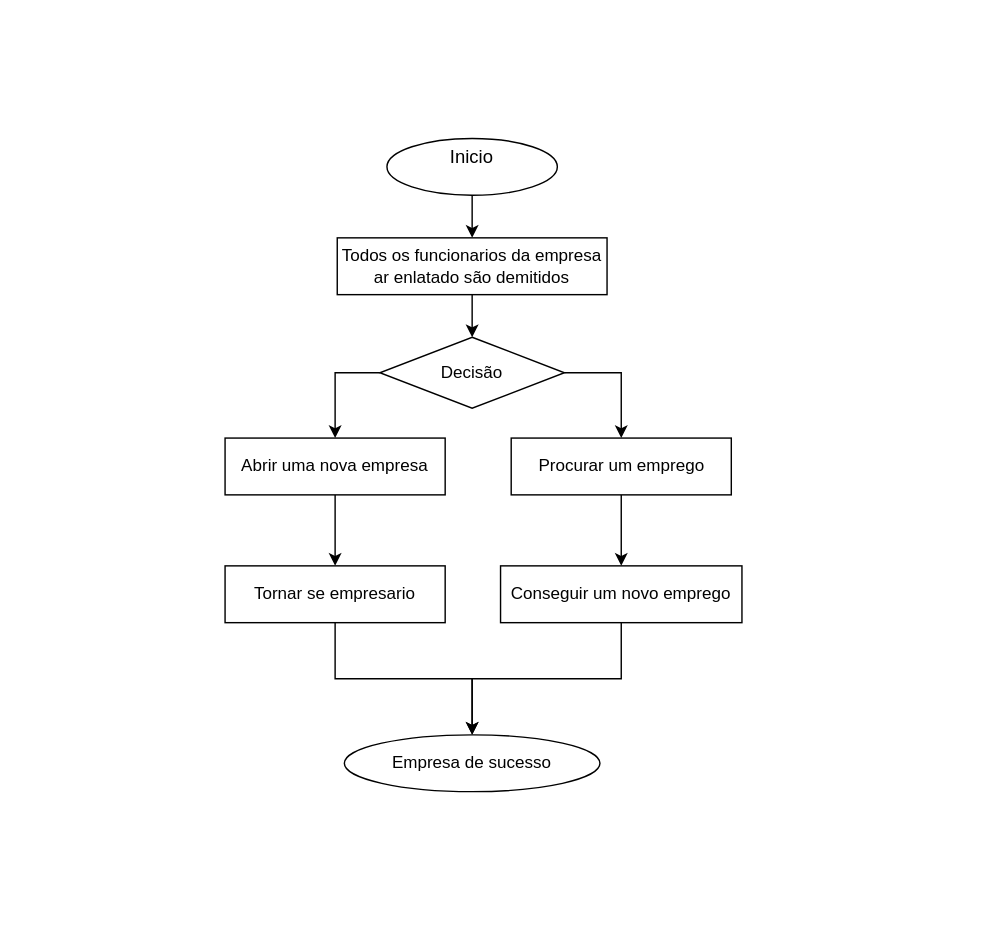
Above: RH_demetido.drawio in Thiago163/caneta (draw.io), before the change. Source tidied: cells renumbered, new cells numbered last; positions are measured from the earlier drawing's top-left corner, leaving out a move shared by most shapes. Both pictures are drawn from the tidied source at 142%, with x=0, y=0 at pixel (224, 138).
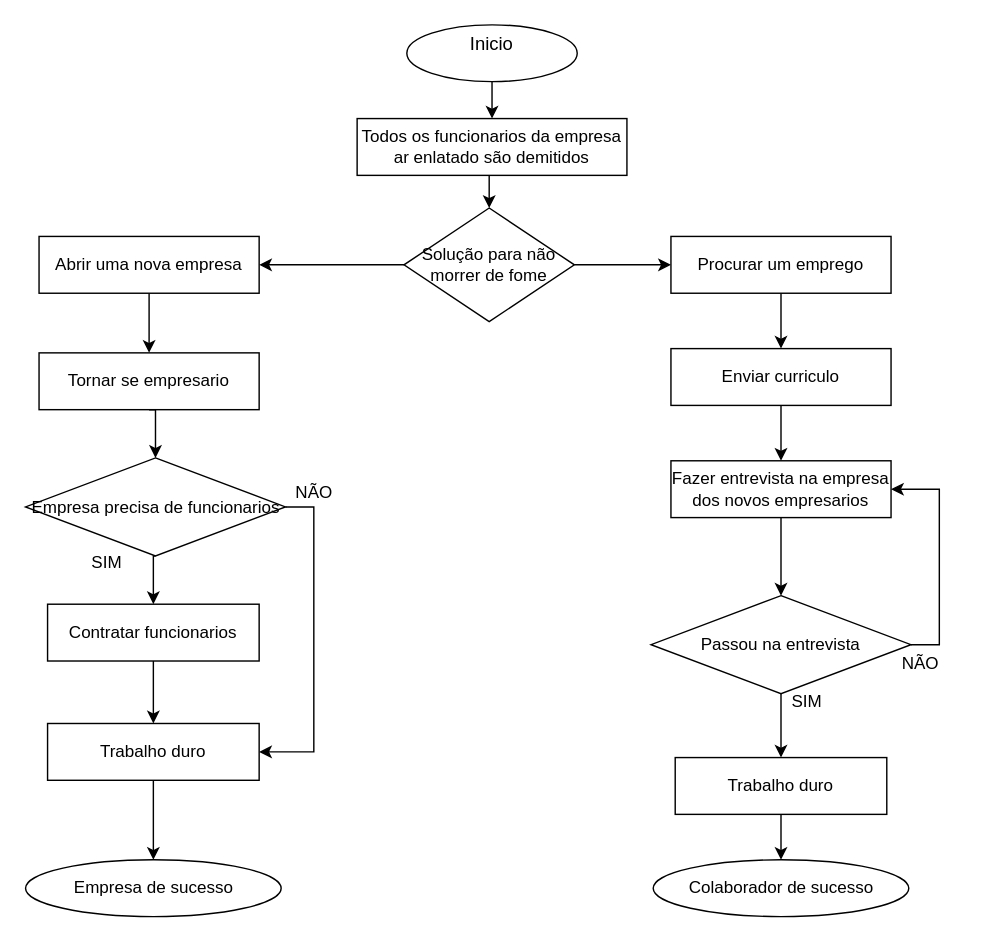
The same diagram, later.

Diff of the diagram source:
```diff
@@
+    <mxCell id="18" style="edgeStyle=orthogonalEdgeStyle;rounded=0;jettySize=auto;html=1;exitX=0.5;exitY=1;exitDx=0;exitDy=0;entryX=0.5;entryY=0;entryDx=0;entryDy=0;" parent="1" edge="1" source="12" target="39">
+      <mxGeometry relative="1" as="geometry" />
+    </mxCell>
+    <mxCell id="12" value="Procurar um emprego" style="rounded=0;whiteSpace=wrap;html=1;" parent="1" vertex="1">
+      <mxGeometry x="314" y="69" width="155" height="40" as="geometry" />
+    </mxCell>
+    <mxCell id="17" value="&lt;div&gt;Colaborador de sucesso&lt;/div&gt;" style="ellipse;whiteSpace=wrap;html=1;shapeInside=1;" parent="1" vertex="1">
+      <mxGeometry x="301.5" y="508" width="180" height="40" as="geometry" />
+    </mxCell>
+    <mxCell id="19" style="edgeStyle=orthogonalEdgeStyle;rounded=0;jettySize=auto;html=1;exitX=0.5;exitY=1;exitDx=0;exitDy=0;entryX=0.5;entryY=0;entryDx=0;entryDy=0;" parent="1" edge="1" source="20" target="23">
+      <mxGeometry relative="1" as="geometry" />
+    </mxCell>
+    <mxCell id="20" value="Fazer entrevista na empresa dos novos empresarios" style="rounded=0;whiteSpace=wrap;html=1;" parent="1" vertex="1">
+      <mxGeometry x="314" y="227" width="155" height="40" as="geometry" />
+    </mxCell>
+    <mxCell id="21" style="edgeStyle=orthogonalEdgeStyle;rounded=0;jettySize=auto;html=1;exitX=1;exitY=0.5;exitDx=0;exitDy=0;entryX=1;entryY=0.5;entryDx=0;entryDy=0;" parent="1" edge="1" source="23" target="20">
+      <mxGeometry relative="1" as="geometry" />
+    </mxCell>
+    <mxCell id="22" style="edgeStyle=orthogonalEdgeStyle;rounded=0;jettySize=auto;html=1;exitX=0.5;exitY=1;exitDx=0;exitDy=0;entryX=0.5;entryY=0;entryDx=0;entryDy=0;" parent="1" edge="1" source="23" target="41">
+      <mxGeometry relative="1" as="geometry" />
+    </mxCell>
+    <mxCell id="23" value="Passou na entrevista" style="rhombus;whiteSpace=wrap;html=1;shapeInside=1;" parent="1" vertex="1">
+      <mxGeometry x="300" y="322" width="183" height="69" as="geometry" />
+    </mxCell>
@@
     <mxCell id="3" value="&lt;font style=&quot;font-size: 13px;&quot;&gt;Inicio&lt;/font&gt;&lt;br&gt;&lt;div&gt;&lt;br&gt;&lt;/div&gt;" style="ellipse;whiteSpace=wrap;html=1;shapeInside=1;" parent="1" vertex="1">
-      <mxGeometry x="114" width="120" height="40" as="geometry" />
+      <mxGeometry x="128" y="-80" width="120" height="40" as="geometry" />
     </mxCell>
-    <mxCell id="4" style="edgeStyle=orthogonalEdgeStyle;rounded=0;jettySize=auto;html=1;exitX=0.5;exitY=1;exitDx=0;exitDy=0;entryX=0.5;entryY=0;entryDx=0;entryDy=0;" parent="1" edge="1" source="5" target="8">
-      <mxGeometry relative="1" as="geometry" />
-    </mxCell>
+    <mxCell id="24" style="edgeStyle=orthogonalEdgeStyle;rounded=0;jettySize=auto;html=1;exitX=0.5;exitY=1;exitDx=0;exitDy=0;entryX=0.5;entryY=0;entryDx=0;entryDy=0;" parent="1" edge="1" source="5" target="44">
+      <mxGeometry relative="1" as="geometry" />
+    </mxCell>
     <mxCell id="5" value="Todos os funcionarios da empresa ar enlatado&amp;nbsp;são demitidos" style="rounded=0;whiteSpace=wrap;html=1;" parent="1" vertex="1">
-      <mxGeometry x="79" y="70" width="190" height="40" as="geometry" />
+      <mxGeometry x="93" y="-14" width="190" height="40" as="geometry" />
     </mxCell>
-    <mxCell id="6" style="edgeStyle=orthogonalEdgeStyle;rounded=0;jettySize=auto;html=1;exitX=1;exitY=0.5;exitDx=0;exitDy=0;entryX=0.5;entryY=0;entryDx=0;entryDy=0;" parent="1" edge="1" source="8" target="12">
-      <mxGeometry relative="1" as="geometry" />
-    </mxCell>
-    <mxCell id="7" style="edgeStyle=orthogonalEdgeStyle;rounded=0;jettySize=auto;html=1;exitX=0;exitY=0.5;exitDx=0;exitDy=0;" parent="1" edge="1" source="8" target="10">
-      <mxGeometry relative="1" as="geometry" />
-    </mxCell>
-    <mxCell id="8" value="Decisão" style="rhombus;whiteSpace=wrap;html=1;shapeInside=1;" parent="1" vertex="1">
-      <mxGeometry x="109" y="140" width="130" height="50" as="geometry" />
-    </mxCell>
@@
     <mxCell id="10" value="Abrir uma nova empresa" style="rounded=0;whiteSpace=wrap;html=1;" parent="1" vertex="1">
-      <mxGeometry y="211" width="155" height="40" as="geometry" />
+      <mxGeometry x="-131" y="69" width="155" height="40" as="geometry" />
     </mxCell>
-    <mxCell id="11" style="edgeStyle=orthogonalEdgeStyle;rounded=0;jettySize=auto;html=1;exitX=0.5;exitY=1;exitDx=0;exitDy=0;entryX=0.5;entryY=0;entryDx=0;entryDy=0;" parent="1" edge="1" source="12" target="16">
-      <mxGeometry relative="1" as="geometry" />
-    </mxCell>
-    <mxCell id="12" value="Procurar um emprego" style="rounded=0;whiteSpace=wrap;html=1;" parent="1" vertex="1">
-      <mxGeometry x="201.5" y="211" width="155" height="40" as="geometry" />
-    </mxCell>
-    <mxCell id="13" style="edgeStyle=orthogonalEdgeStyle;rounded=0;jettySize=auto;html=1;exitX=0.5;exitY=1;exitDx=0;exitDy=0;entryX=0.5;entryY=0;entryDx=0;entryDy=0;" parent="1" edge="1" source="14" target="17">
-      <mxGeometry relative="1" as="geometry" />
-    </mxCell>
+    <mxCell id="25" style="edgeStyle=orthogonalEdgeStyle;rounded=0;jettySize=auto;html=1;exitX=0.5;exitY=1;exitDx=0;exitDy=0;entryX=0.5;entryY=0;entryDx=0;entryDy=0;" parent="1" edge="1" source="14" target="31">
+      <mxGeometry relative="1" as="geometry" />
+    </mxCell>
     <mxCell id="14" value="Tornar se empresario" style="rounded=0;whiteSpace=wrap;html=1;" parent="1" vertex="1">
-      <mxGeometry y="301" width="155" height="40" as="geometry" />
+      <mxGeometry x="-131" y="151" width="155" height="40" as="geometry" />
     </mxCell>
-    <mxCell id="15" style="edgeStyle=orthogonalEdgeStyle;rounded=0;jettySize=auto;html=1;exitX=0.5;exitY=1;exitDx=0;exitDy=0;" parent="1" edge="1" source="16" target="17">
-      <mxGeometry relative="1" as="geometry" />
-    </mxCell>
-    <mxCell id="16" value="Conseguir um novo emprego" style="rounded=0;whiteSpace=wrap;html=1;" parent="1" vertex="1">
-      <mxGeometry x="194" y="301" width="170" height="40" as="geometry" />
-    </mxCell>
-    <mxCell id="17" value="&lt;div&gt;Empresa de sucesso&lt;/div&gt;" style="ellipse;whiteSpace=wrap;html=1;shapeInside=1;" parent="1" vertex="1">
-      <mxGeometry x="84" y="420" width="180" height="40" as="geometry" />
-    </mxCell>
+    <mxCell id="26" style="edgeStyle=orthogonalEdgeStyle;rounded=0;jettySize=auto;html=1;exitX=0.5;exitY=1;exitDx=0;exitDy=0;entryX=0.5;entryY=0;entryDx=0;entryDy=0;" parent="1" edge="1" source="27" target="37">
+      <mxGeometry relative="1" as="geometry" />
+    </mxCell>
+    <mxCell id="27" value="Contratar funcionarios" style="rounded=0;whiteSpace=wrap;html=1;" parent="1" vertex="1">
+      <mxGeometry x="-125" y="328" width="149" height="40" as="geometry" />
+    </mxCell>
+    <mxCell id="28" value="&lt;div&gt;Empresa de sucesso&lt;/div&gt;" style="ellipse;whiteSpace=wrap;html=1;shapeInside=1;" parent="1" vertex="1">
+      <mxGeometry x="-140.5" y="508" width="180" height="40" as="geometry" />
+    </mxCell>
+    <mxCell id="29" style="edgeStyle=orthogonalEdgeStyle;rounded=0;jettySize=auto;html=1;exitX=0.5;exitY=1;exitDx=0;exitDy=0;entryX=0.5;entryY=0;entryDx=0;entryDy=0;" parent="1" edge="1" source="31" target="27">
+      <mxGeometry relative="1" as="geometry" />
+    </mxCell>
+    <mxCell id="30" style="edgeStyle=orthogonalEdgeStyle;rounded=0;jettySize=auto;html=1;exitX=1;exitY=0.5;exitDx=0;exitDy=0;entryX=1;entryY=0.5;entryDx=0;entryDy=0;" parent="1" edge="1" source="31" target="37">
+      <mxGeometry relative="1" as="geometry" />
+    </mxCell>
+    <mxCell id="31" value="Empresa precisa de funcionarios" style="rhombus;whiteSpace=wrap;html=1;shapeInside=1;" parent="1" vertex="1">
+      <mxGeometry x="-140.5" y="225" width="183" height="69" as="geometry" />
+    </mxCell>
+    <mxCell id="32" value="SIM" style="text;html=1;whiteSpace=wrap;strokeColor=none;fillColor=none;align=center;verticalAlign=middle;rounded=0;" parent="1" vertex="1">
+      <mxGeometry x="380" y="382" width="60" height="30" as="geometry" />
+    </mxCell>
+    <mxCell id="33" value="NÃO" style="text;html=1;whiteSpace=wrap;strokeColor=none;fillColor=none;align=center;verticalAlign=middle;rounded=0;" parent="1" vertex="1">
+      <mxGeometry x="460" y="355" width="60" height="30" as="geometry" />
+    </mxCell>
+    <mxCell id="34" value="SIM" style="text;html=1;whiteSpace=wrap;strokeColor=none;fillColor=none;align=center;verticalAlign=middle;rounded=0;" parent="1" vertex="1">
+      <mxGeometry x="-113" y="284" width="60" height="30" as="geometry" />
+    </mxCell>
+    <mxCell id="35" value="NÃO" style="text;html=1;whiteSpace=wrap;strokeColor=none;fillColor=none;align=center;verticalAlign=middle;rounded=0;" parent="1" vertex="1">
+      <mxGeometry x="33" y="235" width="60" height="30" as="geometry" />
+    </mxCell>
+    <mxCell id="36" style="edgeStyle=orthogonalEdgeStyle;rounded=0;jettySize=auto;html=1;exitX=0.5;exitY=1;exitDx=0;exitDy=0;entryX=0.5;entryY=0;entryDx=0;entryDy=0;" parent="1" edge="1" source="37" target="28">
+      <mxGeometry relative="1" as="geometry" />
+    </mxCell>
+    <mxCell id="37" value="Trabalho duro" style="rounded=0;whiteSpace=wrap;html=1;" parent="1" vertex="1">
+      <mxGeometry x="-125" y="412" width="149" height="40" as="geometry" />
+    </mxCell>
+    <mxCell id="38" style="edgeStyle=orthogonalEdgeStyle;rounded=0;jettySize=auto;html=1;exitX=0.5;exitY=1;exitDx=0;exitDy=0;entryX=0.5;entryY=0;entryDx=0;entryDy=0;" parent="1" edge="1" source="39" target="20">
+      <mxGeometry relative="1" as="geometry" />
+    </mxCell>
+    <mxCell id="39" value="Enviar curriculo" style="rounded=0;whiteSpace=wrap;html=1;" parent="1" vertex="1">
+      <mxGeometry x="314" y="148" width="155" height="40" as="geometry" />
+    </mxCell>
+    <mxCell id="40" style="edgeStyle=orthogonalEdgeStyle;rounded=0;jettySize=auto;html=1;exitX=0.5;exitY=1;exitDx=0;exitDy=0;entryX=0.5;entryY=0;entryDx=0;entryDy=0;" parent="1" edge="1" source="41" target="17">
+      <mxGeometry relative="1" as="geometry" />
+    </mxCell>
+    <mxCell id="41" value="Trabalho duro" style="rounded=0;whiteSpace=wrap;html=1;" parent="1" vertex="1">
+      <mxGeometry x="317" y="436" width="149" height="40" as="geometry" />
+    </mxCell>
+    <mxCell id="42" style="edgeStyle=orthogonalEdgeStyle;rounded=0;jettySize=auto;html=1;exitX=1;exitY=0.5;exitDx=0;exitDy=0;entryX=0;entryY=0.5;entryDx=0;entryDy=0;" parent="1" edge="1" source="44" target="12">
+      <mxGeometry relative="1" as="geometry" />
+    </mxCell>
+    <mxCell id="43" style="edgeStyle=orthogonalEdgeStyle;rounded=0;jettySize=auto;html=1;exitX=0;exitY=0.5;exitDx=0;exitDy=0;entryX=1;entryY=0.5;entryDx=0;entryDy=0;" parent="1" edge="1" source="44" target="10">
+      <mxGeometry relative="1" as="geometry" />
+    </mxCell>
+    <mxCell id="44" value="Solução para não morrer de fome" style="rhombus;whiteSpace=wrap;html=1;shapeInside=1;" parent="1" vertex="1">
+      <mxGeometry x="126" y="49" width="120" height="80" as="geometry" />
+    </mxCell>
```
